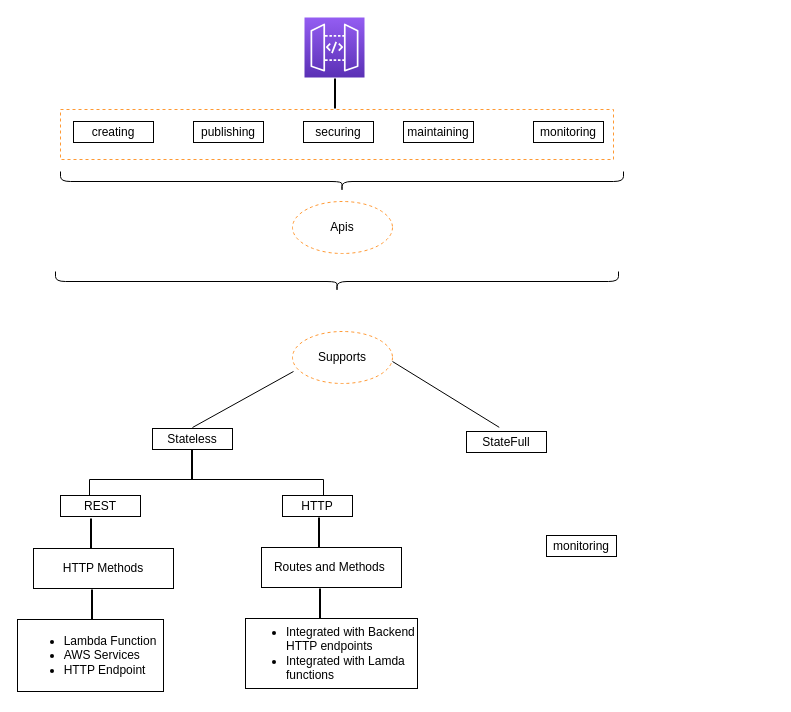
The draw.io diagram certification/apigateway/api_gateway.drawio in ldipotetjob/AWS, before the edit. Source tidied: cells renumbered, new cells numbered last; positions are measured from the earlier drawing's top-left corner, leaving out a move shared by most shapes. Both pictures are drawn from the tidied source at 100%, with x=0, y=0 at pixel (17, 17).
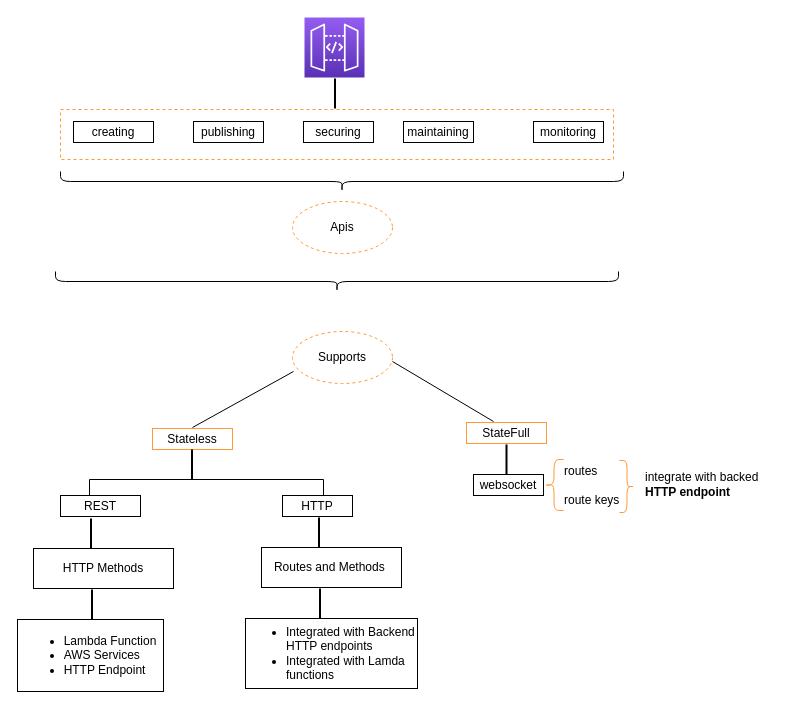
After the change.

What changed in the source:
```diff
@@
-    <mxCell id="9" value="Stateless" style="rounded=0;whiteSpace=wrap;html=1;" parent="1" vertex="1">
+    <mxCell id="9" value="Stateless" style="rounded=0;whiteSpace=wrap;html=1;fillColor=none;strokeColor=#FF9933;" parent="1" vertex="1">
       <mxGeometry x="135" y="411" width="80" height="21" as="geometry" />
     </mxCell>
@@
-    <mxCell id="15" value="monitoring" style="rounded=0;whiteSpace=wrap;html=1;" parent="1" vertex="1">
-      <mxGeometry x="529" y="518" width="70" height="21" as="geometry" />
+    <mxCell id="15" value="websocket" style="rounded=0;whiteSpace=wrap;html=1;" parent="1" vertex="1">
+      <mxGeometry x="456" y="457" width="70" height="21" as="geometry" />
     </mxCell>
@@
-    <mxCell id="20" value="StateFull" style="rounded=0;whiteSpace=wrap;html=1;" parent="1" vertex="1">
-      <mxGeometry x="449" y="414" width="80" height="21" as="geometry" />
+    <mxCell id="20" value="StateFull" style="rounded=0;whiteSpace=wrap;html=1;fillColor=none;strokeColor=#FF9933;" parent="1" vertex="1">
+      <mxGeometry x="449" y="405" width="80" height="21" as="geometry" />
     </mxCell>
@@
-    <mxCell id="30" style="endArrow=none;html=1;rounded=0;entryX=0.409;entryY=-0.199;entryDx=0;entryDy=0;entryPerimeter=0;" parent="1" edge="1" target="20">
+    <mxCell id="30" style="endArrow=none;html=1;rounded=0;" parent="1" edge="1">
       <mxGeometry relative="1" as="geometry">
         <mxPoint x="375" y="344" as="sourcePoint" />
+        <mxPoint x="476" y="404" as="targetPoint" />
       </mxGeometry>
     </mxCell>
+    <mxCell id="31" style="line;strokeWidth=2;direction=south;html=1;" parent="1" vertex="1">
+      <mxGeometry x="488.5" y="427" width="1" height="30" as="geometry" />
+    </mxCell>
+    <mxCell id="32" style="shape=curlyBracket;whiteSpace=wrap;html=1;rounded=1;strokeColor=#FF9933;fillColor=none;" parent="1" vertex="1">
+      <mxGeometry x="527" y="442" width="19" height="51" as="geometry" />
+    </mxCell>
+    <mxCell id="33" style="shape=curlyBracket;whiteSpace=wrap;html=1;rounded=1;strokeColor=#FF9933;fillColor=none;rotation=-180;" parent="1" vertex="1">
+      <mxGeometry x="602" y="443" width="15" height="52" as="geometry" />
+    </mxCell>
+    <mxCell id="34" value="routes&lt;br&gt;&lt;br&gt;route keys" style="text;html=1;align=left;verticalAlign=middle;strokeColor=none;fillColor=none;" parent="1" vertex="1">
+      <mxGeometry x="545" y="443" width="70" height="50" as="geometry" />
+    </mxCell>
+    <mxCell id="35" value="integrate with backed &lt;br&gt;&lt;b&gt;HTTP endpoint&lt;/b&gt;" style="text;html=1;align=left;verticalAlign=middle;strokeColor=none;fillColor=none;" parent="1" vertex="1">
+      <mxGeometry x="626" y="452" width="130" height="30" as="geometry" />
+    </mxCell>
```
